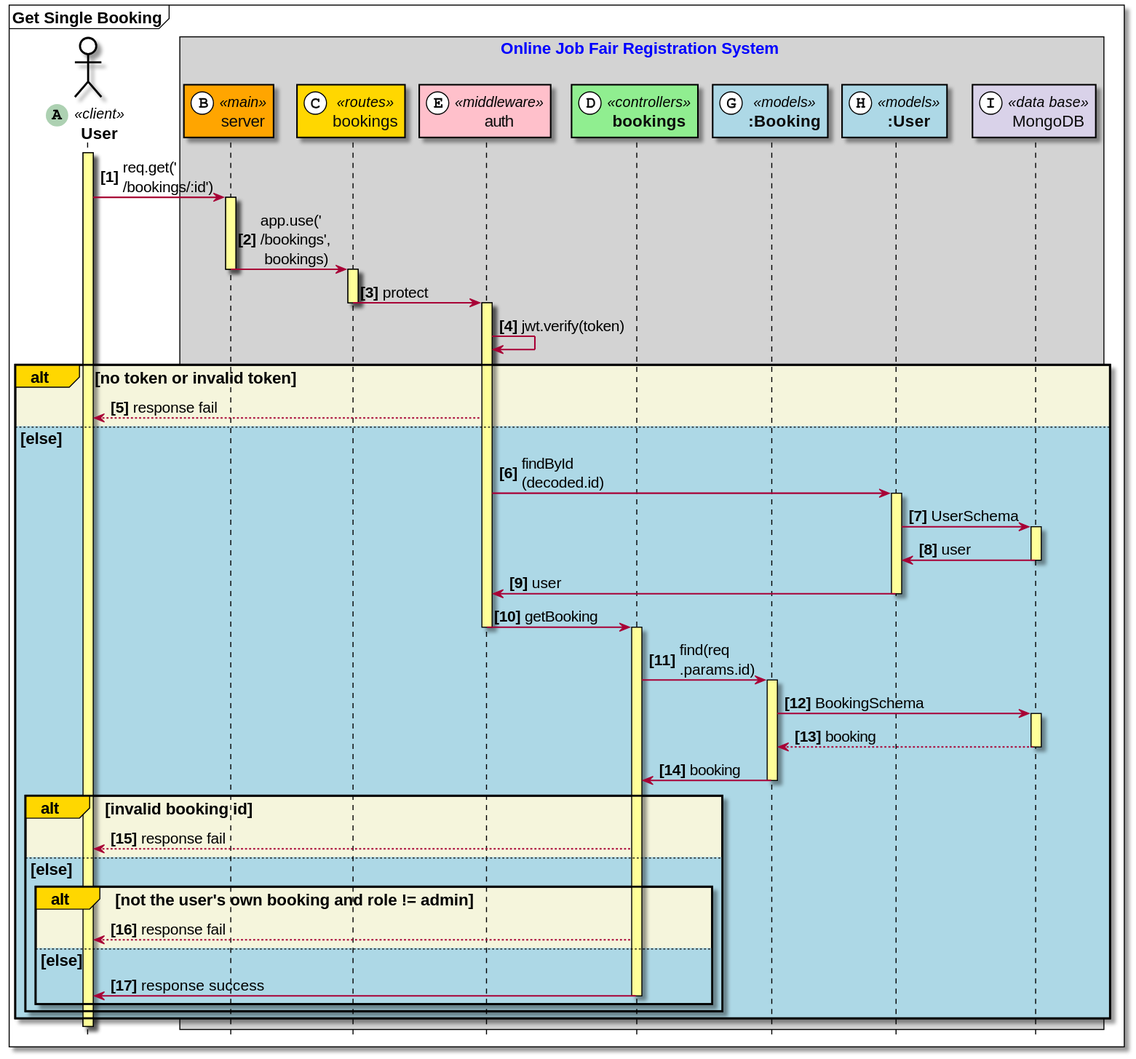
The PlantUML diagram doc_asset/diagrams/squence_diagrams/booking/get_single_booking.svg in wisarootl/online-job-fair-registration, before a commit. Source of this version:
```plantuml
@startuml

hide footbox
skinparam sequenceArrowThickness 1.5
skinparam fontsize 50
autonumber 1 "<b>[###]"
skinparam component {
ArrowFontSize 15
}

skinparam defaultFontSize 16
Mainframe <b>Get Single Booking</b>

actor "<b>User" as user <<(A,#ADD1B2)client>>#White
Box Online Job Fair Registration System #lightgrey
participant "server" as server <<(B,#FFFFFF)main>>#Orange
participant "bookings" as rbookings <<(C,#FFFFFF)routes>>#Gold
participant "auth" as middleware_auth <<(E,#FFFFFF)middleware>>#Pink
participant "<b>bookings" as controllers_bookings <<(D,#FFFFFF)controllers>>#LightGreen
participant "<b>:Booking" as models_Booking <<(G,#FFFFFF)models>>#LightBlue
participant "<b>:User" as models_User <<(H,#FFFFFF)models>>#LightBlue
participant "MongoDB" as mongo <<(I,#FFFFFF)data base>>#d9d2e9
end box

Activate user
user->server: req.get('\n/bookings/:id')
Activate server
server->rbookings: app.use('\n/bookings',\n bookings)
DeActivate server
Activate rbookings
rbookings->middleware_auth: protect
DeActivate rbookings
Activate middleware_auth
middleware_auth->middleware_auth: jwt.verify(token)
Alt#Gold #Beige no token or invalid token
middleware_auth-->user: response fail
Else #LightBlue else
middleware_auth->models_User: findById\n(decoded.id)
Activate models_User
models_User->mongo: UserSchema
Activate mongo
mongo->models_User: user
DeActivate mongo
models_User->middleware_auth: user
DeActivate models_User
middleware_auth->controllers_bookings: getBooking
DeActivate middleware_auth
Activate controllers_bookings
controllers_bookings->models_Booking: find(req\n.params.id)
Activate models_Booking
models_Booking->mongo: BookingSchema
Activate mongo
mongo-->models_Booking: booking
DeActivate mongo
models_Booking->controllers_bookings: booking
DeActivate models_Booking
Alt#Gold #Beige invalid booking id
controllers_bookings-->user: response fail
Else #LightBlue else
Alt#Gold #Beige not the user's own booking and role != admin
controllers_bookings-->user: response fail
Else #LightBlue else
controllers_bookings->user: response success
DeActivate controllers_bookings
End Alt
End Alt
End Alt


skinparam sequence {
BoxBorderColor Black
BoxFontColor Blue
BoxFontSize 16
LifeLineBorderColor Black
LifeLineBackgroundColor #FFFF99
ParticipantBorderColor Black
StereoTypeFontSize 14
ParticipantFontSize 16
ParticipantFontColor #0c0c0c
ActorBorderColor Black
ActorBackgroundColor White
ActorFontSize 16
ActorFontColor Black
}

@enduml
```
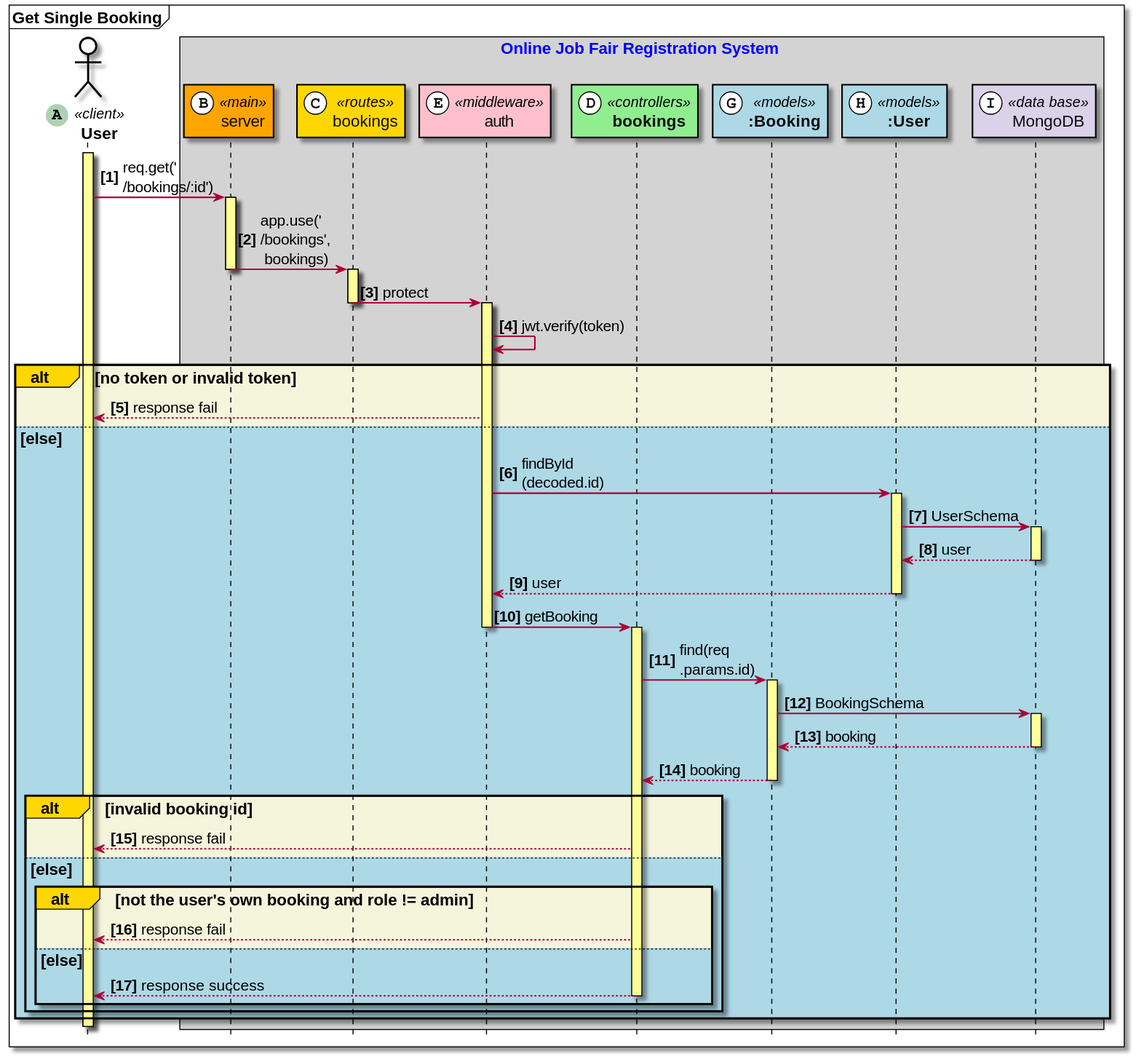
After the commit.

Change to the diagram source:
```diff
@@ -39,9 +39,9 @@
 Activate models_User
 models_User->mongo: UserSchema
 Activate mongo
-mongo->models_User: user
+mongo-->models_User: user
 DeActivate mongo
-models_User->middleware_auth: user
+models_User-->middleware_auth: user
 DeActivate models_User
 middleware_auth->controllers_bookings: getBooking
 DeActivate middleware_auth
@@ -52,7 +52,7 @@
 Activate mongo
 mongo-->models_Booking: booking
 DeActivate mongo
-models_Booking->controllers_bookings: booking
+models_Booking-->controllers_bookings: booking
 DeActivate models_Booking
 Alt#Gold #Beige invalid booking id
 controllers_bookings-->user: response fail
@@ -60,7 +60,7 @@
 Alt#Gold #Beige not the user's own booking and role != admin
 controllers_bookings-->user: response fail
 Else #LightBlue else
-controllers_bookings->user: response success
+controllers_bookings-->user: response success
 DeActivate controllers_bookings
 End Alt
 End Alt
```
